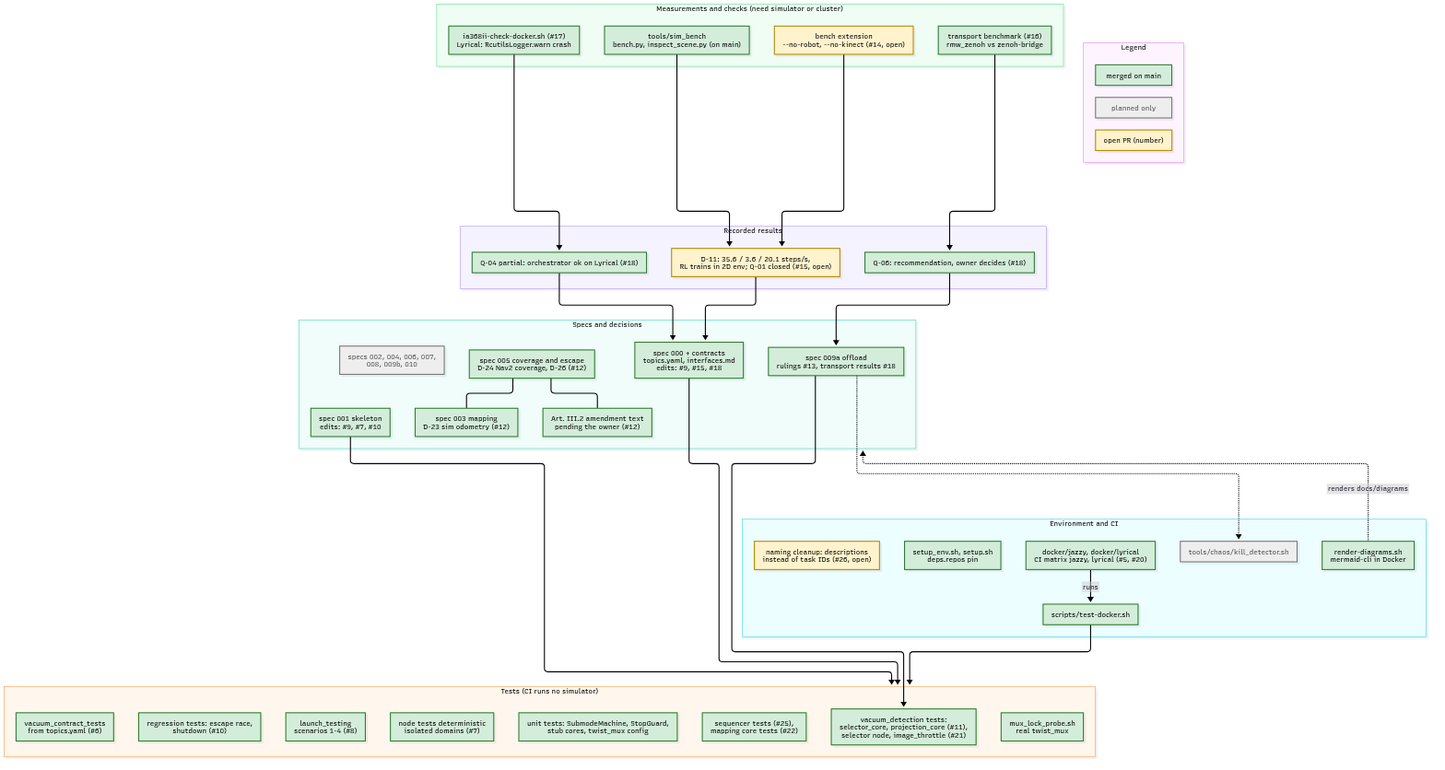
This is docs/diagrams/render/built-so-far-tooling.png from Rodolfodc/kuberostics, a Mermaid export, as it was before one commit. Its source is kept beside it as docs/diagrams/built-so-far-tooling.mmd.
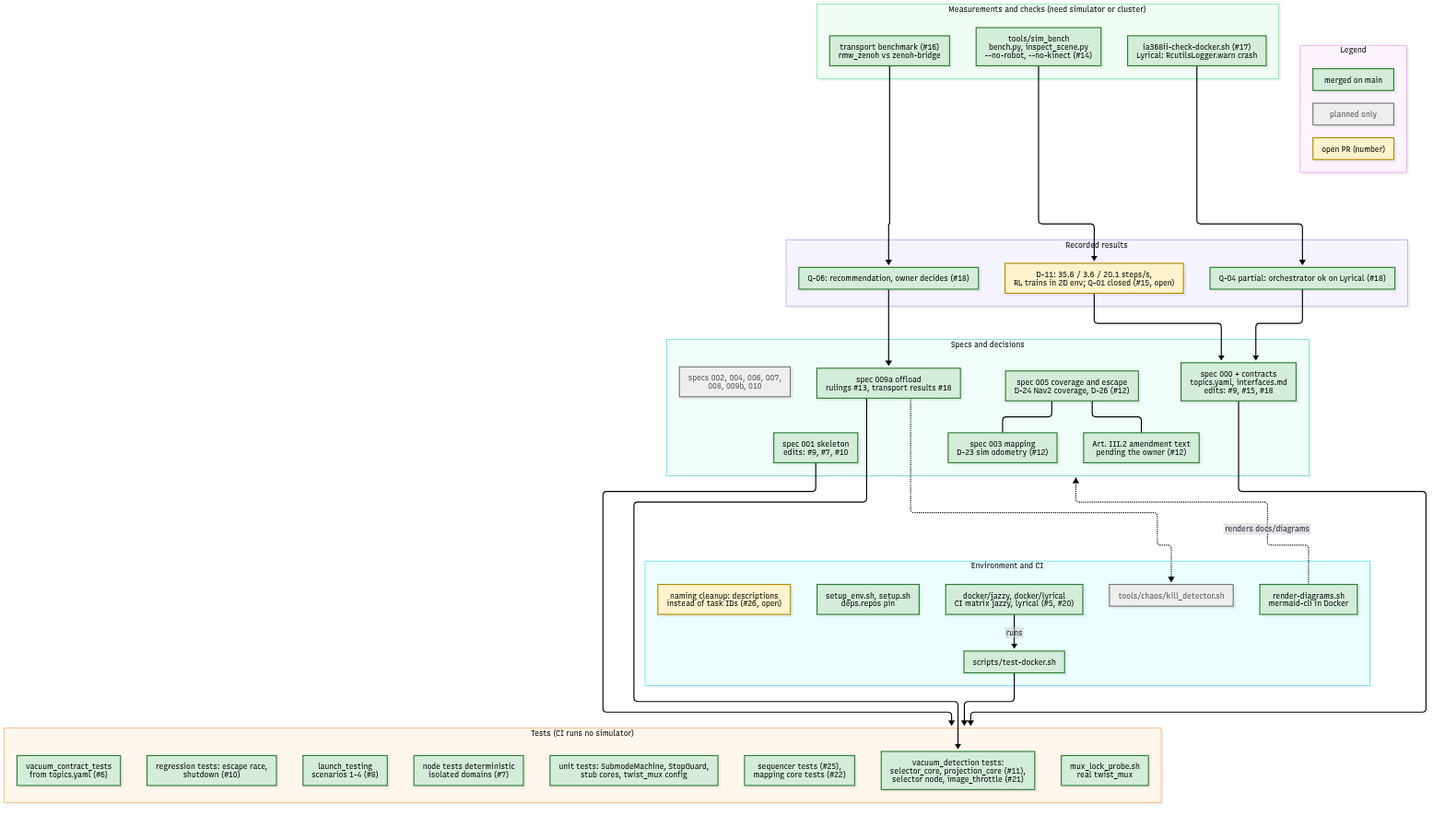
Above is the later version.

What changed in the source:
```diff
@@ -45,8 +45,7 @@
 
   subgraph MEAS["Measurements and checks (need simulator or cluster)"]
     direction LR
-    SB["tools/sim_bench<br/>bench.py, inspect_scene.py (on main)"]:::merged
-    SB2["bench extension<br/>--no-robot, --no-kinect (#14, open)"]:::pr
+    SB["tools/sim_bench<br/>bench.py, inspect_scene.py<br/>--no-robot, --no-kinect (#14)"]:::merged
     IC["ia368ii-check-docker.sh (#17)<br/>Lyrical: RcutilsLogger.warn crash"]:::merged
     TB["transport benchmark (#16)<br/>rmw_zenoh vs zenoh-bridge"]:::merged
   end
@@ -64,7 +63,6 @@
   TD --> TESTS
   IMG -->|"runs"| TD
   SB --> R1
-  SB2 --> R1
   IC --> R2
   TB --> R3
   R1 --> S000
```
